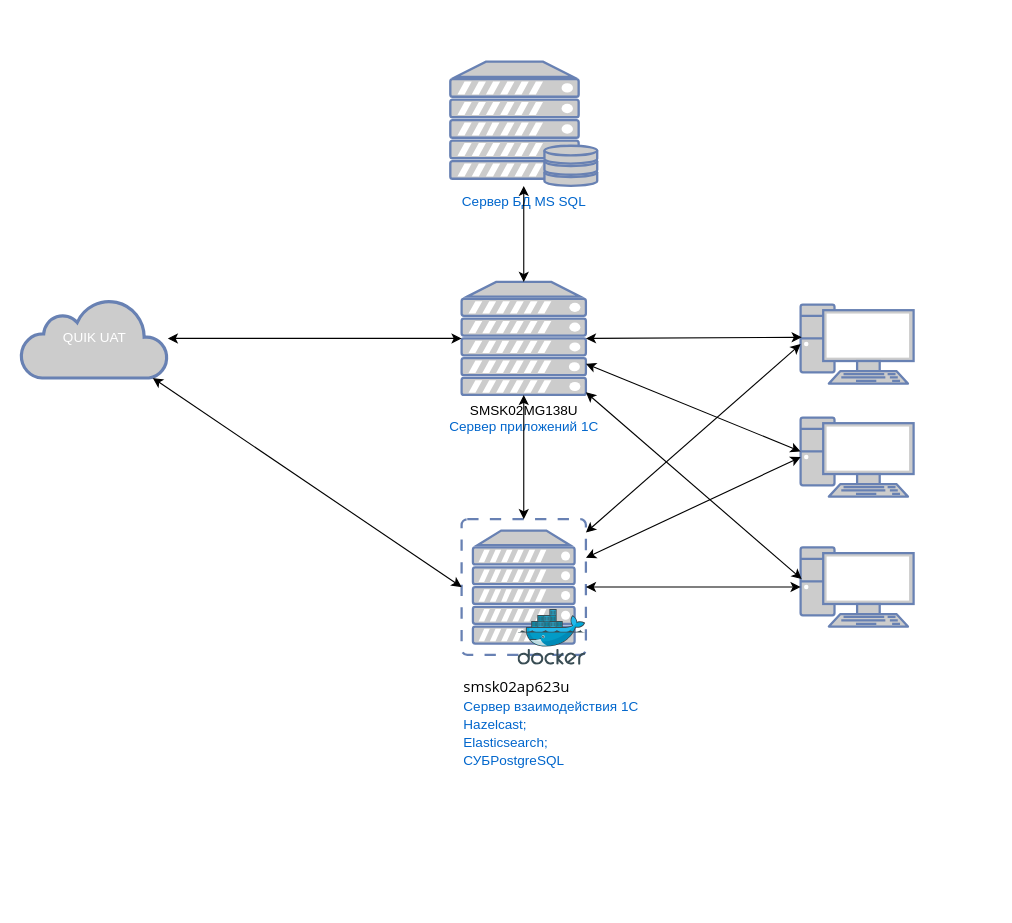
The draw.io diagram СерверВзаимодействия1С-Фронт.drawio in av-konst/draw-io, before the edit. Source tidied: cells renumbered, new cells numbered last; positions are measured from the earlier drawing's top-left corner, leaving out a move shared by most shapes. Both pictures are drawn from the tidied source at 113%, with x=0, y=0 at pixel (20, 61).
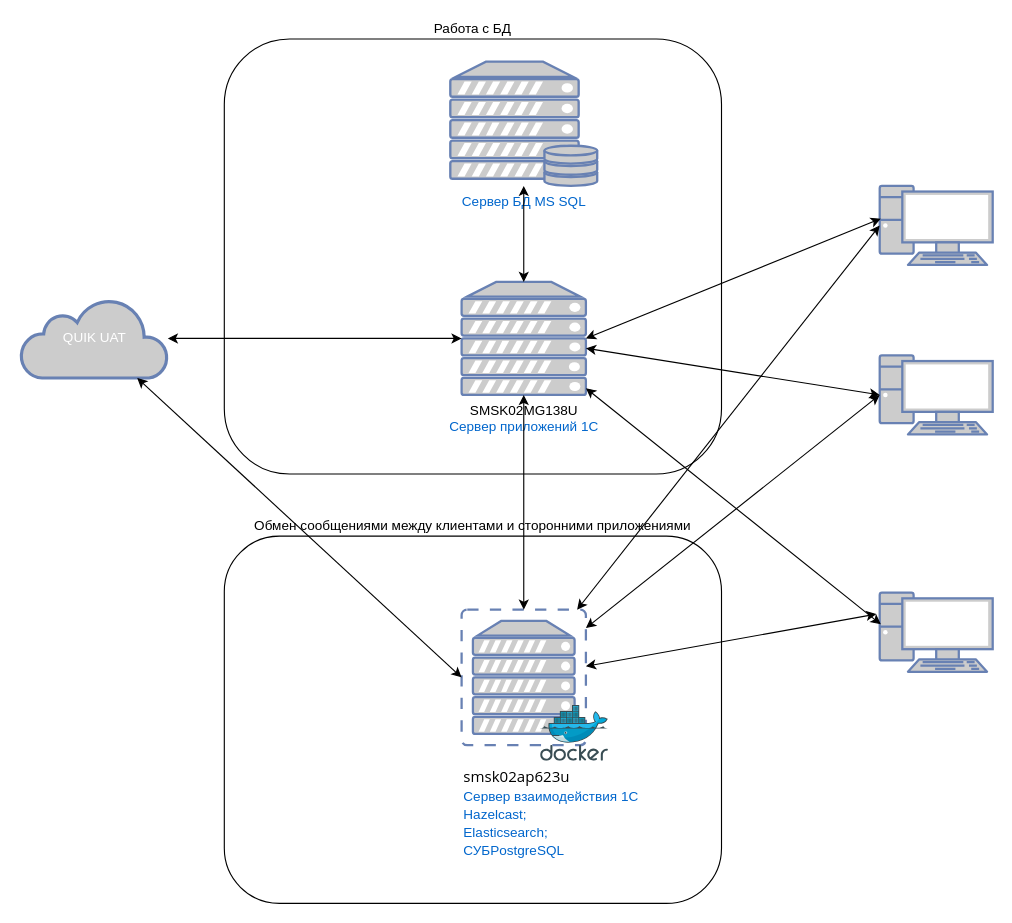
After the change.

The change refers to these unchanged cells:
```xml
<mxCell id="7" value="&lt;div&gt;&lt;font color=&quot;#000000&quot;&gt;SMSK02MG138U&lt;/font&gt;&lt;br&gt;&lt;/div&gt;Сервер приложений 1С" style="fontColor=#0066CC;verticalAlign=top;verticalLabelPosition=bottom;labelPosition=center;align=center;html=1;outlineConnect=0;fillColor=#CCCCCC;strokeColor=#6881B3;gradientColor=none;gradientDirection=north;strokeWidth=2;shape=mxgraph.networks.server;" parent="1" vertex="1">
  <mxGeometry x="390" y="195" width="110" height="100" as="geometry" />
</mxCell>
```

What changed in the source:
```diff
@@
+    <mxCell id="20" value="Обмен сообщениями между клиентами и сторонними приложениями" style="rounded=1;whiteSpace=wrap;html=1;labelPosition=center;verticalLabelPosition=top;align=center;verticalAlign=bottom;" parent="1" vertex="1">
+      <mxGeometry x="180" y="420" width="440" height="325" as="geometry" />
+    </mxCell>
+    <mxCell id="21" value="Рабо&lt;span style=&quot;background-color: initial;&quot;&gt;та с БД&lt;/span&gt;" style="rounded=1;whiteSpace=wrap;html=1;labelPosition=center;verticalLabelPosition=top;align=center;verticalAlign=bottom;" parent="1" vertex="1">
+      <mxGeometry x="180" y="-20" width="440" height="385" as="geometry" />
+    </mxCell>
     <mxCell id="2" style="fontColor=#0066CC;verticalAlign=top;verticalLabelPosition=bottom;labelPosition=center;align=center;html=1;fillColor=#CCCCCC;strokeColor=#6881B3;gradientColor=none;gradientDirection=north;strokeWidth=2;shape=mxgraph.networks.pc;rounded=0;shadow=0;comic=0;" parent="1" vertex="1">
-      <mxGeometry x="690" y="430" width="100" height="70" as="geometry" />
+      <mxGeometry x="760" y="470" width="100" height="70" as="geometry" />
     </mxCell>
     <mxCell id="3" style="fontColor=#0066CC;verticalAlign=top;verticalLabelPosition=bottom;labelPosition=center;align=center;html=1;fillColor=#CCCCCC;strokeColor=#6881B3;gradientColor=none;gradientDirection=north;strokeWidth=2;shape=mxgraph.networks.pc;rounded=0;shadow=0;comic=0;" parent="1" vertex="1">
-      <mxGeometry x="690" y="315" width="100" height="70" as="geometry" />
+      <mxGeometry x="760" y="260" width="100" height="70" as="geometry" />
     </mxCell>
     <mxCell id="4" style="fontColor=#0066CC;verticalAlign=top;verticalLabelPosition=bottom;labelPosition=center;align=center;html=1;fillColor=#CCCCCC;strokeColor=#6881B3;gradientColor=none;gradientDirection=north;strokeWidth=2;shape=mxgraph.networks.pc;rounded=0;shadow=0;comic=0;" parent="1" vertex="1">
-      <mxGeometry x="690" y="215" width="100" height="70" as="geometry" />
+      <mxGeometry x="760" y="110" width="100" height="70" as="geometry" />
     </mxCell>
     <mxCell id="5" value="&lt;pre style=&quot;text-indent: -18pt; contain: content;&quot;&gt;&lt;div style=&quot;page: WordSection1; color: rgb(0, 0, 0); font-size: medium; text-indent: 0px; white-space: normal;&quot; class=&quot;WordSection1&quot;&gt;&lt;p style=&quot;margin: 0cm 0cm 0.0001pt; line-height: normal; font-size: 11pt; font-family: Calibri, sans-serif;&quot; class=&quot;MsoNormal&quot;&gt;&lt;span style=&quot;font-size: 10pt; font-family: &amp;quot;Segoe UI&amp;quot;, sans-serif;&quot;&gt;smsk02ap623u&lt;/span&gt;&lt;/p&gt;&lt;p style=&quot;margin: 0cm 0cm 0.0001pt; line-height: normal; font-size: 11pt; font-family: Calibri, sans-serif;&quot; class=&quot;MsoNormal&quot;&gt;&lt;span style=&quot;background-color: initial; font-size: 12px; font-family: Helvetica; text-indent: -18pt; color: rgb(0, 102, 204); text-wrap: nowrap;&quot;&gt;Сервер взаимодействия 1С&lt;/span&gt;&lt;/p&gt;&lt;p style=&quot;margin: 0cm 0cm 0.0001pt; line-height: normal; font-size: 11pt; font-family: Calibri, sans-serif;&quot; class=&quot;MsoNormal&quot;&gt;&lt;span style=&quot;font-size: 12px; font-family: Helvetica; text-indent: -18pt; background-color: initial; color: rgb(0, 102, 204); text-wrap: nowrap;&quot;&gt;Hazelcast;&lt;/span&gt;&lt;/p&gt;&lt;p style=&quot;margin: 0cm 0cm 0.0001pt; line-height: normal; font-size: 11pt; font-family: Calibri, sans-serif;&quot; class=&quot;MsoNormal&quot;&gt;&lt;span style=&quot;background-color: initial; text-indent: -18pt; font-size: 12px; font-family: Helvetica; color: rgb(0, 102, 204); text-wrap: nowrap;&quot;&gt;Elasticsearch;&lt;/span&gt;&lt;/p&gt;&lt;p style=&quot;margin: 0cm 0cm 0.0001pt; line-height: normal; font-size: 11pt; font-family: Calibri, sans-serif;&quot; class=&quot;MsoNormal&quot;&gt;&lt;span style=&quot;background-color: initial; font-size: 12px; font-family: Helvetica; text-indent: -18pt; color: rgb(0, 102, 204); text-wrap: nowrap;&quot;&gt;СУБPostgreSQL&amp;nbsp;&lt;/span&gt;&lt;/p&gt;&lt;/div&gt;&lt;/pre&gt;" style="fontColor=#0066CC;verticalAlign=top;verticalLabelPosition=bottom;labelPosition=center;align=left;html=1;outlineConnect=0;fillColor=#CCCCCC;strokeColor=#6881B3;gradientColor=none;gradientDirection=north;strokeWidth=2;shape=mxgraph.networks.virtual_server;" parent="1" vertex="1">
-      <mxGeometry x="390" y="405" width="110" height="120" as="geometry" />
+      <mxGeometry x="390" y="485" width="110" height="120" as="geometry" />
     </mxCell>
     <mxCell id="6" style="image;sketch=0;html=1;align=center;fontSize=12;image=img/lib/mscae/Docker.svg;" parent="1" vertex="1">
-      <mxGeometry x="440" y="485" width="60" height="49.2" as="geometry" />
+      <mxGeometry x="460" y="570" width="60" height="49.2" as="geometry" />
     </mxCell>
@@
-    <mxCell id="11" style="endArrow=classic;startArrow=classic;html=1;rounded=0;" parent="1" edge="1" source="5">
-      <mxGeometry relative="1" as="geometry">
-        <mxPoint x="690" y="465" as="targetPoint" />
-      </mxGeometry>
+    <mxCell id="11" style="endArrow=classic;startArrow=classic;html=1;rounded=0;entryX=-0.03;entryY=0.271;entryDx=0;entryDy=0;entryPerimeter=0;" parent="1" edge="1" source="5" target="2">
+      <mxGeometry relative="1" as="geometry" />
     </mxCell>
@@
-    <mxCell id="15" style="endArrow=classic;startArrow=classic;html=1;rounded=0;" parent="1" edge="1" source="7">
-      <mxGeometry relative="1" as="geometry">
-        <mxPoint x="690" y="345" as="targetPoint" />
-      </mxGeometry>
+    <mxCell id="15" style="endArrow=classic;startArrow=classic;html=1;rounded=0;entryX=0;entryY=0.5;entryDx=0;entryDy=0;entryPerimeter=0;" parent="1" edge="1" source="7" target="3">
+      <mxGeometry relative="1" as="geometry" />
     </mxCell>
```
